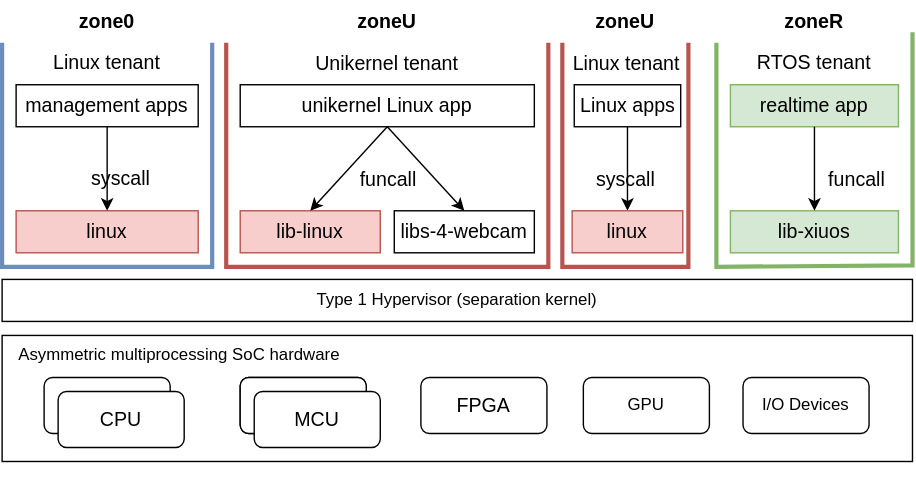
The draw.io diagram docs/_media/overview.svg in syswonder/syswonder-web, before a commit. Source tidied: cells renumbered, new cells last; positions are measured from the earlier drawing's top-left corner, leaving out a move shared by most shapes.
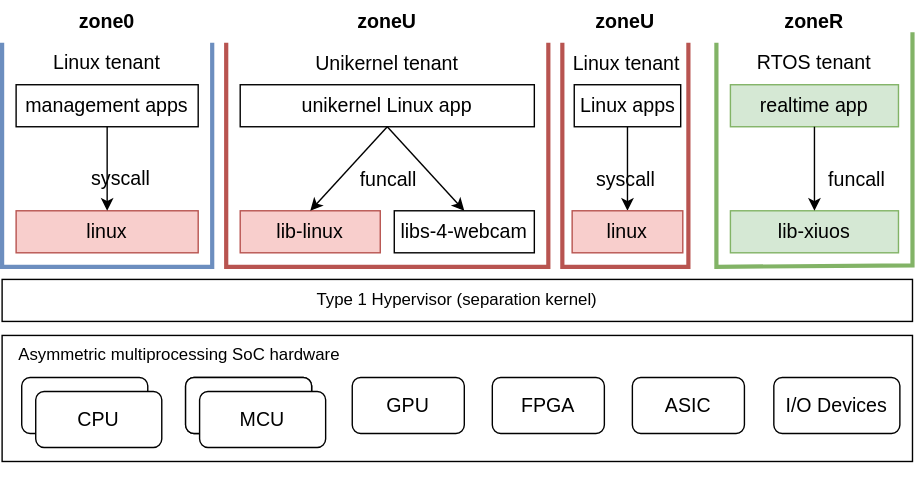
Later version of the same file.

Commit message:
update overview architecture figure, add docsify-terminal-block plugin

The edit, as a diff of the source:
```diff
@@ -9,28 +9,28 @@
       <mxGeometry x="10" y="239" width="260" height="30" as="geometry" />
     </mxCell>
     <mxCell id="4" style="rounded=1;whiteSpace=wrap;html=1;" parent="1" vertex="1">
-      <mxGeometry x="30" y="269" width="90" height="40" as="geometry" />
+      <mxGeometry x="14" y="269" width="90" height="40" as="geometry" />
     </mxCell>
     <mxCell id="5" value="&lt;font style=&quot;font-size: 14px;&quot;&gt;CPU&lt;br&gt;&lt;/font&gt;ARM A9" style="rounded=1;whiteSpace=wrap;html=1;" parent="1" vertex="1">
-      <mxGeometry x="170" y="269" width="90" height="40" as="geometry" />
+      <mxGeometry x="131" y="269" width="90" height="40" as="geometry" />
     </mxCell>
     <mxCell id="6" style="rounded=1;whiteSpace=wrap;html=1;" parent="1" vertex="1">
-      <mxGeometry x="170" y="269" width="90" height="40" as="geometry" />
+      <mxGeometry x="131" y="269" width="90" height="40" as="geometry" />
     </mxCell>
     <mxCell id="7" value="&lt;font style=&quot;font-size: 14px;&quot;&gt;MCU&lt;/font&gt;" style="rounded=1;whiteSpace=wrap;html=1;" parent="1" vertex="1">
-      <mxGeometry x="180" y="279" width="90" height="40" as="geometry" />
+      <mxGeometry x="141" y="279" width="90" height="40" as="geometry" />
     </mxCell>
     <mxCell id="8" value="&lt;font style=&quot;font-size: 14px;&quot;&gt;CPU&lt;/font&gt;" style="rounded=1;whiteSpace=wrap;html=1;" parent="1" vertex="1">
-      <mxGeometry x="40" y="279" width="90" height="40" as="geometry" />
+      <mxGeometry x="24" y="279" width="90" height="40" as="geometry" />
     </mxCell>
     <mxCell id="9" value="&lt;font style=&quot;font-size: 14px;&quot;&gt;FPGA&lt;/font&gt;" style="rounded=1;whiteSpace=wrap;html=1;" parent="1" vertex="1">
-      <mxGeometry x="299" y="269" width="90" height="40" as="geometry" />
+      <mxGeometry x="350" y="269" width="80" height="40" as="geometry" />
     </mxCell>
-    <mxCell id="10" value="GPU" style="rounded=1;whiteSpace=wrap;html=1;" parent="1" vertex="1">
-      <mxGeometry x="415" y="269" width="90" height="40" as="geometry" />
+    <mxCell id="10" value="GPU" style="rounded=1;whiteSpace=wrap;html=1;fontSize=14;" parent="1" vertex="1">
+      <mxGeometry x="250" y="269" width="80" height="40" as="geometry" />
     </mxCell>
-    <mxCell id="11" value="I/O Devices" style="rounded=1;whiteSpace=wrap;html=1;" parent="1" vertex="1">
-      <mxGeometry x="529" y="269" width="90" height="40" as="geometry" />
+    <mxCell id="11" value="I/O Devices" style="rounded=1;whiteSpace=wrap;html=1;fontSize=14;" parent="1" vertex="1">
+      <mxGeometry x="551" y="269" width="90" height="40" as="geometry" />
     </mxCell>
     <mxCell id="12" value="Type 1 Hypervisor (separation kernel)" style="rounded=0;whiteSpace=wrap;html=1;" parent="1" vertex="1">
       <mxGeometry y="199" width="650" height="30" as="geometry" />
@@ -150,5 +150,8 @@
     <mxCell id="42" value="Linux tenant" style="text;html=1;strokeColor=none;fillColor=none;align=center;verticalAlign=middle;whiteSpace=wrap;rounded=0;fontSize=14;" parent="1" vertex="1">
       <mxGeometry x="35" y="29" width="80" height="30" as="geometry" />
     </mxCell>
+    <mxCell id="43" value="&lt;font style=&quot;font-size: 14px;&quot;&gt;ASIC&lt;/font&gt;" style="rounded=1;whiteSpace=wrap;html=1;" parent="1" vertex="1">
+      <mxGeometry x="450" y="269" width="80" height="40" as="geometry" />
+    </mxCell>
   </root>
 </mxGraphModel>
```
